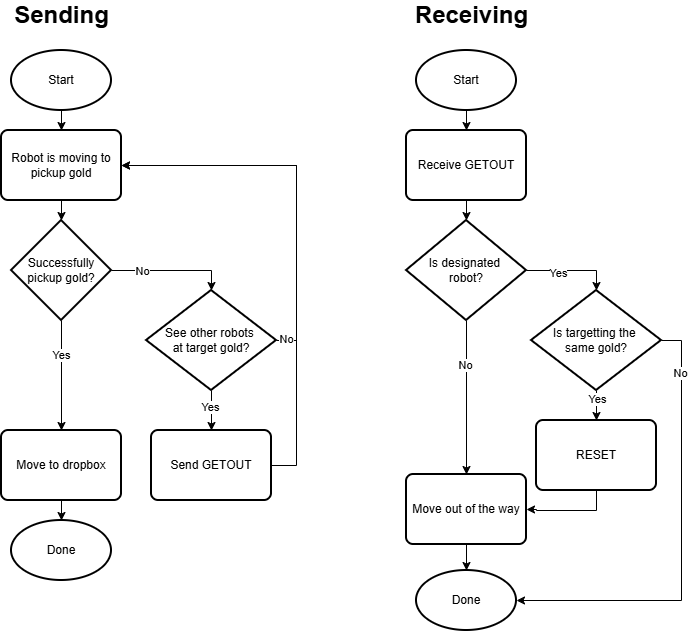
Before: docs/images/cross_cluster_flowchart.png, a diagram exported from draw.io (Kanisorn-S/CPR). Source tidied: cells renumbered, new cells last; positions are measured from the earlier drawing's top-left corner, leaving out a move shared by most shapes. Source of this version:
```xml
<mxGraphModel>
  <root>
    <mxCell id="0" />
    <mxCell id="1" parent="0" />
    <mxCell id="2" value="Sending" style="text;strokeColor=none;fillColor=none;html=1;fontSize=24;fontStyle=1;verticalAlign=middle;align=center;" parent="1" vertex="1">
      <mxGeometry x="25" width="70" height="30" as="geometry" />
    </mxCell>
    <mxCell id="3" value="Receiving" style="text;strokeColor=none;fillColor=none;html=1;fontSize=24;fontStyle=1;verticalAlign=middle;align=center;" parent="1" vertex="1">
      <mxGeometry x="435" width="70" height="30" as="geometry" />
    </mxCell>
    <mxCell id="4" style="edgeStyle=orthogonalEdgeStyle;rounded=0;jettySize=auto;html=1;exitX=0.5;exitY=1;exitDx=0;exitDy=0;exitPerimeter=0;entryX=0.5;entryY=0;entryDx=0;entryDy=0;" parent="1" edge="1" source="5" target="6">
      <mxGeometry relative="1" as="geometry" />
    </mxCell>
    <mxCell id="5" value="Start" style="strokeWidth=2;html=1;shape=mxgraph.flowchart.start_1;whiteSpace=wrap;" parent="1" vertex="1">
      <mxGeometry x="10" y="50" width="100" height="60" as="geometry" />
    </mxCell>
    <mxCell id="6" value="Robot is moving to pickup gold" style="rounded=1;whiteSpace=wrap;html=1;absoluteArcSize=1;arcSize=14;strokeWidth=2;" parent="1" vertex="1">
      <mxGeometry y="130" width="120" height="70" as="geometry" />
    </mxCell>
    <mxCell id="7" style="edgeStyle=orthogonalEdgeStyle;rounded=0;jettySize=auto;html=1;exitX=0.5;exitY=1;exitDx=0;exitDy=0;exitPerimeter=0;entryX=0.5;entryY=0;entryDx=0;entryDy=0;" parent="1" edge="1" source="9" target="11">
      <mxGeometry relative="1" as="geometry" />
    </mxCell>
    <mxCell id="8" value="Yes" style="edgeLabel;html=1;align=center;verticalAlign=middle;" parent="7" vertex="1">
      <mxGeometry x="-0.37" relative="1" as="geometry" />
    </mxCell>
    <mxCell id="9" value="Successfully pickup gold?" style="strokeWidth=2;html=1;shape=mxgraph.flowchart.decision;whiteSpace=wrap;" parent="1" vertex="1">
      <mxGeometry x="10" y="220" width="100" height="100" as="geometry" />
    </mxCell>
    <mxCell id="10" value="Done" style="strokeWidth=2;html=1;shape=mxgraph.flowchart.start_1;whiteSpace=wrap;" parent="1" vertex="1">
      <mxGeometry x="10" y="520" width="100" height="60" as="geometry" />
    </mxCell>
    <mxCell id="11" value="Move to dropbox" style="rounded=1;whiteSpace=wrap;html=1;absoluteArcSize=1;arcSize=14;strokeWidth=2;" parent="1" vertex="1">
      <mxGeometry y="430" width="120" height="70" as="geometry" />
    </mxCell>
    <mxCell id="12" style="edgeStyle=orthogonalEdgeStyle;rounded=0;jettySize=auto;html=1;exitX=0.5;exitY=1;exitDx=0;exitDy=0;exitPerimeter=0;entryX=0.5;entryY=0;entryDx=0;entryDy=0;" parent="1" edge="1" source="16" target="18">
      <mxGeometry relative="1" as="geometry" />
    </mxCell>
    <mxCell id="13" value="Yes" style="edgeLabel;html=1;align=center;verticalAlign=middle;" parent="12" vertex="1">
      <mxGeometry x="-0.17" y="-1" relative="1" as="geometry" />
    </mxCell>
    <mxCell id="14" style="edgeStyle=orthogonalEdgeStyle;rounded=0;jettySize=auto;html=1;exitX=1;exitY=0.5;exitDx=0;exitDy=0;exitPerimeter=0;entryX=1;entryY=0.5;entryDx=0;entryDy=0;" parent="1" edge="1" source="16" target="6">
      <mxGeometry relative="1" as="geometry" />
    </mxCell>
    <mxCell id="15" value="No" style="edgeLabel;html=1;align=center;verticalAlign=middle;" parent="14" vertex="1">
      <mxGeometry x="-0.95" y="1" relative="1" as="geometry" />
    </mxCell>
    <mxCell id="16" value="See other robots&amp;nbsp;&lt;div&gt;at target gold?&lt;/div&gt;" style="strokeWidth=2;html=1;shape=mxgraph.flowchart.decision;whiteSpace=wrap;" parent="1" vertex="1">
      <mxGeometry x="145" y="290" width="130" height="100" as="geometry" />
    </mxCell>
    <mxCell id="17" style="edgeStyle=orthogonalEdgeStyle;rounded=0;jettySize=auto;html=1;exitX=1;exitY=0.5;exitDx=0;exitDy=0;entryX=1;entryY=0.5;entryDx=0;entryDy=0;" parent="1" edge="1" source="18" target="6">
      <mxGeometry relative="1" as="geometry">
        <Array as="points">
          <mxPoint x="295" y="465" />
          <mxPoint x="295" y="165" />
        </Array>
      </mxGeometry>
    </mxCell>
    <mxCell id="18" value="Send GETOUT" style="rounded=1;whiteSpace=wrap;html=1;absoluteArcSize=1;arcSize=14;strokeWidth=2;" parent="1" vertex="1">
      <mxGeometry x="150" y="430" width="120" height="70" as="geometry" />
    </mxCell>
    <mxCell id="19" style="edgeStyle=orthogonalEdgeStyle;rounded=0;jettySize=auto;html=1;exitX=0.5;exitY=1;exitDx=0;exitDy=0;entryX=0.5;entryY=0;entryDx=0;entryDy=0;entryPerimeter=0;" parent="1" edge="1" source="6" target="9">
      <mxGeometry relative="1" as="geometry" />
    </mxCell>
    <mxCell id="20" style="edgeStyle=orthogonalEdgeStyle;rounded=0;jettySize=auto;html=1;exitX=1;exitY=0.5;exitDx=0;exitDy=0;exitPerimeter=0;entryX=0.5;entryY=0;entryDx=0;entryDy=0;entryPerimeter=0;" parent="1" edge="1" source="9" target="16">
      <mxGeometry relative="1" as="geometry" />
    </mxCell>
    <mxCell id="21" value="No" style="edgeLabel;html=1;align=center;verticalAlign=middle;" parent="20" vertex="1">
      <mxGeometry x="-0.49" y="-1" relative="1" as="geometry" />
    </mxCell>
    <mxCell id="22" style="edgeStyle=orthogonalEdgeStyle;rounded=0;jettySize=auto;html=1;exitX=0.5;exitY=1;exitDx=0;exitDy=0;entryX=0.5;entryY=0;entryDx=0;entryDy=0;entryPerimeter=0;" parent="1" edge="1" source="11" target="10">
      <mxGeometry relative="1" as="geometry" />
    </mxCell>
    <mxCell id="23" style="edgeStyle=orthogonalEdgeStyle;rounded=0;jettySize=auto;html=1;exitX=0.5;exitY=1;exitDx=0;exitDy=0;exitPerimeter=0;entryX=0.5;entryY=0;entryDx=0;entryDy=0;" parent="1" edge="1" source="24" target="25">
      <mxGeometry relative="1" as="geometry" />
    </mxCell>
    <mxCell id="24" value="Start" style="strokeWidth=2;html=1;shape=mxgraph.flowchart.start_1;whiteSpace=wrap;" parent="1" vertex="1">
      <mxGeometry x="415" y="50" width="100" height="60" as="geometry" />
    </mxCell>
    <mxCell id="25" value="Receive GETOUT" style="rounded=1;whiteSpace=wrap;html=1;absoluteArcSize=1;arcSize=14;strokeWidth=2;" parent="1" vertex="1">
      <mxGeometry x="405" y="130" width="120" height="70" as="geometry" />
    </mxCell>
    <mxCell id="26" style="edgeStyle=orthogonalEdgeStyle;rounded=0;jettySize=auto;html=1;exitX=0.5;exitY=1;exitDx=0;exitDy=0;exitPerimeter=0;entryX=0.5;entryY=0;entryDx=0;entryDy=0;" parent="1" edge="1" source="28" target="30">
      <mxGeometry relative="1" as="geometry" />
    </mxCell>
    <mxCell id="27" value="No" style="edgeLabel;html=1;align=center;verticalAlign=middle;" parent="26" vertex="1">
      <mxGeometry x="-0.43" y="-1" relative="1" as="geometry" />
    </mxCell>
    <mxCell id="28" value="Is designated&amp;nbsp;&lt;div&gt;robot?&lt;/div&gt;" style="strokeWidth=2;html=1;shape=mxgraph.flowchart.decision;whiteSpace=wrap;" parent="1" vertex="1">
      <mxGeometry x="405" y="220" width="120" height="100" as="geometry" />
    </mxCell>
    <mxCell id="29" value="Done" style="strokeWidth=2;html=1;shape=mxgraph.flowchart.start_1;whiteSpace=wrap;" parent="1" vertex="1">
      <mxGeometry x="415" y="570" width="100" height="60" as="geometry" />
    </mxCell>
    <mxCell id="30" value="Move out of the way" style="rounded=1;whiteSpace=wrap;html=1;absoluteArcSize=1;arcSize=14;strokeWidth=2;" parent="1" vertex="1">
      <mxGeometry x="405" y="474" width="120" height="70" as="geometry" />
    </mxCell>
    <mxCell id="31" style="edgeStyle=orthogonalEdgeStyle;rounded=0;jettySize=auto;html=1;exitX=0.5;exitY=1;exitDx=0;exitDy=0;entryX=0.5;entryY=0;entryDx=0;entryDy=0;entryPerimeter=0;" parent="1" edge="1" source="25" target="28">
      <mxGeometry relative="1" as="geometry" />
    </mxCell>
    <mxCell id="32" style="edgeStyle=orthogonalEdgeStyle;rounded=0;jettySize=auto;html=1;exitX=0.5;exitY=1;exitDx=0;exitDy=0;entryX=0.5;entryY=0;entryDx=0;entryDy=0;entryPerimeter=0;" parent="1" edge="1" source="30" target="29">
      <mxGeometry relative="1" as="geometry" />
    </mxCell>
    <mxCell id="33" style="edgeStyle=orthogonalEdgeStyle;rounded=0;jettySize=auto;html=1;exitX=0.5;exitY=1;exitDx=0;exitDy=0;exitPerimeter=0;entryX=0.5;entryY=0;entryDx=0;entryDy=0;" parent="1" edge="1" source="35" target="39">
      <mxGeometry relative="1" as="geometry" />
    </mxCell>
    <mxCell id="34" value="Yes" style="edgeLabel;html=1;align=center;verticalAlign=middle;" parent="33" vertex="1">
      <mxGeometry x="-0.46" y="1" relative="1" as="geometry" />
    </mxCell>
    <mxCell id="35" value="Is targetting the&amp;nbsp;&lt;div&gt;same gold?&lt;/div&gt;" style="strokeWidth=2;html=1;shape=mxgraph.flowchart.decision;whiteSpace=wrap;" parent="1" vertex="1">
      <mxGeometry x="530" y="290" width="130" height="100" as="geometry" />
    </mxCell>
    <mxCell id="36" style="edgeStyle=orthogonalEdgeStyle;rounded=0;jettySize=auto;html=1;exitX=1;exitY=0.5;exitDx=0;exitDy=0;exitPerimeter=0;entryX=0.5;entryY=0;entryDx=0;entryDy=0;entryPerimeter=0;" parent="1" edge="1" source="28" target="35">
      <mxGeometry relative="1" as="geometry" />
    </mxCell>
    <mxCell id="37" value="Yes" style="edgeLabel;html=1;align=center;verticalAlign=middle;" parent="36" vertex="1">
      <mxGeometry x="-0.29" y="-3" relative="1" as="geometry" />
    </mxCell>
    <mxCell id="38" style="edgeStyle=orthogonalEdgeStyle;rounded=0;jettySize=auto;html=1;exitX=0.5;exitY=1;exitDx=0;exitDy=0;entryX=1;entryY=0.5;entryDx=0;entryDy=0;" parent="1" edge="1" source="39" target="30">
      <mxGeometry relative="1" as="geometry">
        <Array as="points">
          <mxPoint x="595" y="510" />
          <mxPoint x="535" y="510" />
          <mxPoint x="535" y="509" />
        </Array>
      </mxGeometry>
    </mxCell>
    <mxCell id="39" value="RESET" style="rounded=1;whiteSpace=wrap;html=1;absoluteArcSize=1;arcSize=14;strokeWidth=2;" parent="1" vertex="1">
      <mxGeometry x="535" y="420" width="120" height="70" as="geometry" />
    </mxCell>
    <mxCell id="40" style="edgeStyle=orthogonalEdgeStyle;rounded=0;jettySize=auto;html=1;exitX=1;exitY=0.5;exitDx=0;exitDy=0;exitPerimeter=0;entryX=1;entryY=0.5;entryDx=0;entryDy=0;entryPerimeter=0;" parent="1" edge="1" source="35" target="29">
      <mxGeometry relative="1" as="geometry" />
    </mxCell>
    <mxCell id="41" value="No" style="edgeLabel;html=1;align=center;verticalAlign=middle;" parent="40" vertex="1">
      <mxGeometry x="-0.76" y="-1" relative="1" as="geometry" />
    </mxCell>
  </root>
</mxGraphModel>
```
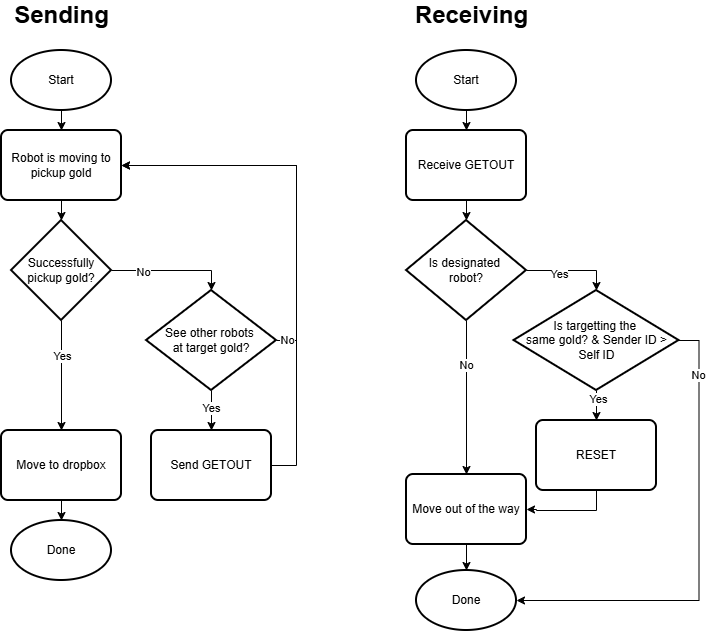
Later version of the same file.

Change to the diagram source:
```diff
@@ -106,8 +106,8 @@
     <mxCell id="34" value="Yes" style="edgeLabel;html=1;align=center;verticalAlign=middle;" parent="33" vertex="1">
       <mxGeometry x="-0.46" y="1" relative="1" as="geometry" />
     </mxCell>
-    <mxCell id="35" value="Is targetting the&amp;nbsp;&lt;div&gt;same gold?&lt;/div&gt;" style="strokeWidth=2;html=1;shape=mxgraph.flowchart.decision;whiteSpace=wrap;" parent="1" vertex="1">
-      <mxGeometry x="530" y="290" width="130" height="100" as="geometry" />
+    <mxCell id="35" value="Is targetting the&amp;nbsp;&lt;div&gt;same gold? &amp;amp; Sender ID &amp;gt; Self ID&lt;/div&gt;" style="strokeWidth=2;html=1;shape=mxgraph.flowchart.decision;whiteSpace=wrap;" parent="1" vertex="1">
+      <mxGeometry x="512.5" y="290" width="165" height="100" as="geometry" />
     </mxCell>
     <mxCell id="36" style="edgeStyle=orthogonalEdgeStyle;rounded=0;jettySize=auto;html=1;exitX=1;exitY=0.5;exitDx=0;exitDy=0;exitPerimeter=0;entryX=0.5;entryY=0;entryDx=0;entryDy=0;entryPerimeter=0;" parent="1" edge="1" source="28" target="35">
       <mxGeometry relative="1" as="geometry" />
```
